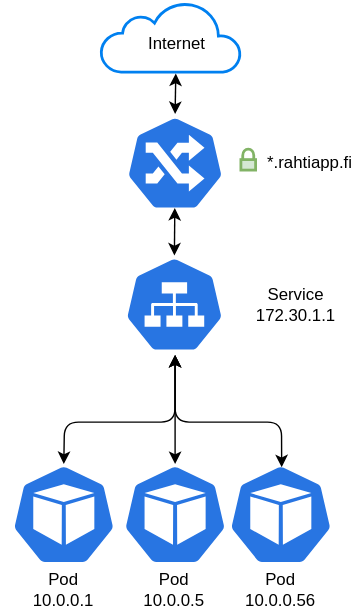
This is docs/cloud/rahti4/img/routeServicePod.drawio.svg from CSCfi/csc-user-guide, a draw.io export, as it was before one commit. Source tidied: cells renumbered, new cells last; positions are measured from the earlier drawing's top-left corner, leaving out a move shared by most shapes. Source of this version:
```xml
<mxGraphModel>
  <root>
    <mxCell id="0" />
    <mxCell id="1" parent="0" />
    <mxCell id="2" style="html=1;dashed=0;whitespace=wrap;fillColor=#2875E2;strokeColor=#ffffff;points=[[0.005,0.63,0],[0.1,0.2,0],[0.9,0.2,0],[0.5,0,0],[0.995,0.63,0],[0.72,0.99,0],[0.5,1,0],[0.28,0.99,0]];shape=mxgraph.kubernetes.icon;prIcon=pod;" parent="1" vertex="1">
      <mxGeometry x="155" y="330" width="90" height="72" as="geometry" />
    </mxCell>
    <mxCell id="3" style="html=1;dashed=0;whitespace=wrap;fillColor=#2875E2;strokeColor=#ffffff;points=[[0.005,0.63,0],[0.1,0.2,0],[0.9,0.2,0],[0.5,0,0],[0.995,0.63,0],[0.72,0.99,0],[0.5,1,0],[0.28,0.99,0]];shape=mxgraph.kubernetes.icon;prIcon=pod;" parent="1" vertex="1">
      <mxGeometry x="79.5" y="330" width="90" height="72" as="geometry" />
    </mxCell>
    <mxCell id="4" style="html=1;dashed=0;whitespace=wrap;fillColor=#2875E2;strokeColor=#ffffff;points=[[0.005,0.63,0],[0.1,0.2,0],[0.9,0.2,0],[0.5,0,0],[0.995,0.63,0],[0.72,0.99,0],[0.5,1,0],[0.28,0.99,0]];shape=mxgraph.kubernetes.icon;prIcon=pod;" parent="1" vertex="1">
      <mxGeometry y="330" width="90" height="72" as="geometry" />
    </mxCell>
    <mxCell id="5" style="endArrow=classic;startArrow=classic;html=1;entryX=0.5;entryY=0;entryDx=0;entryDy=0;entryPerimeter=0;exitX=0.5;exitY=1;exitDx=0;exitDy=0;exitPerimeter=0;" parent="1" edge="1" target="3">
      <mxGeometry relative="1" as="geometry">
        <mxPoint x="124.5" y="252" as="sourcePoint" />
      </mxGeometry>
    </mxCell>
    <mxCell id="6" style="endArrow=classic;startArrow=classic;html=1;exitX=0.5;exitY=0;exitDx=0;exitDy=0;exitPerimeter=0;entryX=0.5;entryY=1;entryDx=0;entryDy=0;entryPerimeter=0;" parent="1" edge="1" source="4">
      <mxGeometry relative="1" as="geometry">
        <mxPoint x="124.5" y="252" as="targetPoint" />
        <Array as="points">
          <mxPoint x="45.5" y="300" />
          <mxPoint x="124.5" y="300" />
        </Array>
      </mxGeometry>
    </mxCell>
    <mxCell id="7" style="endArrow=classic;startArrow=classic;html=1;exitX=0.507;exitY=0.032;exitDx=0;exitDy=0;exitPerimeter=0;entryX=0.5;entryY=1;entryDx=0;entryDy=0;entryPerimeter=0;" parent="1" edge="1" source="2">
      <mxGeometry relative="1" as="geometry">
        <mxPoint x="124.5" y="252" as="targetPoint" />
        <Array as="points">
          <mxPoint x="200.5" y="300" />
          <mxPoint x="124.5" y="300" />
        </Array>
      </mxGeometry>
    </mxCell>
    <mxCell id="8" value="Pod&lt;br&gt;10.0.0.5" style="text;html=1;strokeColor=none;fillColor=none;align=center;verticalAlign=middle;whiteSpace=wrap;rounded=0;" parent="1" vertex="1">
      <mxGeometry x="104" y="410" width="40" height="20" as="geometry" />
    </mxCell>
    <mxCell id="9" value="Pod&lt;br&gt;10.0.0.56" style="text;html=1;strokeColor=none;fillColor=none;align=center;verticalAlign=middle;whiteSpace=wrap;rounded=0;" parent="1" vertex="1">
      <mxGeometry x="180" y="410" width="40" height="20" as="geometry" />
    </mxCell>
    <mxCell id="10" value="Pod&lt;br&gt;10.0.0.1" style="text;html=1;strokeColor=none;fillColor=none;align=center;verticalAlign=middle;whiteSpace=wrap;rounded=0;" parent="1" vertex="1">
      <mxGeometry x="25" y="410" width="40" height="20" as="geometry" />
    </mxCell>
    <mxCell id="11" value="&lt;div&gt;&lt;span&gt;Service&lt;/span&gt;&lt;/div&gt;172.30.1.1" style="text;html=1;strokeColor=none;fillColor=none;align=center;verticalAlign=middle;whiteSpace=wrap;rounded=0;" parent="1" vertex="1">
      <mxGeometry x="190.5" y="201" width="40" height="30" as="geometry" />
    </mxCell>
    <mxCell id="12" style="html=1;dashed=0;whitespace=wrap;fillColor=#2875E2;strokeColor=#ffffff;points=[[0.005,0.63,0],[0.1,0.2,0],[0.9,0.2,0],[0.5,0,0],[0.995,0.63,0],[0.72,0.99,0],[0.5,1,0],[0.28,0.99,0]];shape=mxgraph.kubernetes.icon;prIcon=ing;" parent="1" vertex="1">
      <mxGeometry x="89.5" y="80" width="70" height="70" as="geometry" />
    </mxCell>
    <mxCell id="13" style="html=1;dashed=0;whitespace=wrap;fillColor=#2875E2;strokeColor=#ffffff;points=[[0.005,0.63,0],[0.1,0.2,0],[0.9,0.2,0],[0.5,0,0],[0.995,0.63,0],[0.72,0.99,0],[0.5,1,0],[0.28,0.99,0]];shape=mxgraph.kubernetes.icon;prIcon=svc;" parent="1" vertex="1">
      <mxGeometry x="88.5" y="181" width="71" height="70" as="geometry" />
    </mxCell>
    <mxCell id="14" style="endArrow=classic;startArrow=classic;html=1;exitX=0.5;exitY=0;exitDx=0;exitDy=0;exitPerimeter=0;entryX=0.497;entryY=0.957;entryDx=0;entryDy=0;entryPerimeter=0;" parent="1" edge="1" source="13" target="12">
      <mxGeometry relative="1" as="geometry" />
    </mxCell>
    <mxCell id="15" value="&lt;pre&gt;&lt;br&gt;&lt;/pre&gt;" style="text;html=1;strokeColor=none;fillColor=none;align=left;verticalAlign=middle;whiteSpace=wrap;rounded=0;" parent="1" vertex="1">
      <mxGeometry x="161" y="105" width="40" height="20" as="geometry" />
    </mxCell>
    <mxCell id="16" value="*.rahtiapp.fi" style="text;html=1;strokeColor=none;fillColor=none;align=center;verticalAlign=middle;whiteSpace=wrap;rounded=0;" parent="1" vertex="1">
      <mxGeometry x="201" y="105" width="40" height="20" as="geometry" />
    </mxCell>
    <mxCell id="17" style="html=1;verticalLabelPosition=bottom;align=center;labelBackgroundColor=#ffffff;verticalAlign=top;strokeWidth=2;strokeColor=#82b366;shadow=0;dashed=0;shape=mxgraph.ios7.icons.locked;fillColor=#d5e8d4;" parent="1" vertex="1">
      <mxGeometry x="171.5" y="105" width="10.5" height="15" as="geometry" />
    </mxCell>
    <mxCell id="18" style="html=1;verticalLabelPosition=bottom;align=center;labelBackgroundColor=#ffffff;verticalAlign=top;strokeWidth=2;strokeColor=#0080F0;shadow=0;dashed=0;shape=mxgraph.ios7.icons.cloud;" parent="1" vertex="1">
      <mxGeometry x="71.5" width="100" height="50" as="geometry" />
    </mxCell>
    <mxCell id="19" value="Internet" style="text;html=1;strokeColor=none;fillColor=none;align=center;verticalAlign=middle;whiteSpace=wrap;rounded=0;" parent="1" vertex="1">
      <mxGeometry x="106" y="20" width="40" height="20" as="geometry" />
    </mxCell>
    <mxCell id="20" style="endArrow=classic;startArrow=classic;html=1;exitX=0.5;exitY=0;exitDx=0;exitDy=0;exitPerimeter=0;" parent="1" edge="1" source="12">
      <mxGeometry relative="1" as="geometry">
        <mxPoint x="125" y="51" as="targetPoint" />
      </mxGeometry>
    </mxCell>
  </root>
</mxGraphModel>
```
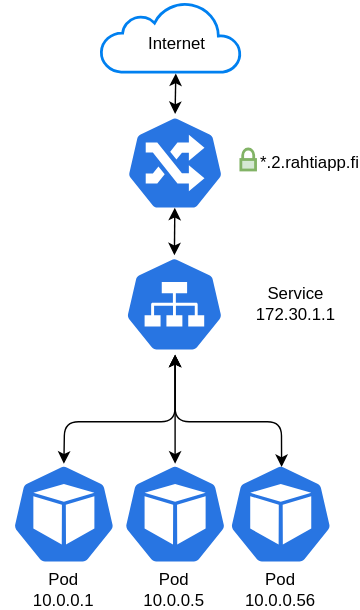
The same file after the commit.

Commit message:
Update default URL pattern

Change to the diagram source:
```diff
@@ -58,7 +58,7 @@
     <mxCell id="15" value="&lt;pre&gt;&lt;br&gt;&lt;/pre&gt;" style="text;html=1;strokeColor=none;fillColor=none;align=left;verticalAlign=middle;whiteSpace=wrap;rounded=0;" parent="1" vertex="1">
       <mxGeometry x="161" y="105" width="40" height="20" as="geometry" />
     </mxCell>
-    <mxCell id="16" value="*.rahtiapp.fi" style="text;html=1;strokeColor=none;fillColor=none;align=center;verticalAlign=middle;whiteSpace=wrap;rounded=0;" parent="1" vertex="1">
+    <mxCell id="16" value="*.2.rahtiapp.fi" style="text;html=1;strokeColor=none;fillColor=none;align=center;verticalAlign=middle;whiteSpace=wrap;rounded=0;" parent="1" vertex="1">
       <mxGeometry x="201" y="105" width="40" height="20" as="geometry" />
     </mxCell>
     <mxCell id="17" style="html=1;verticalLabelPosition=bottom;align=center;labelBackgroundColor=#ffffff;verticalAlign=top;strokeWidth=2;strokeColor=#82b366;shadow=0;dashed=0;shape=mxgraph.ios7.icons.locked;fillColor=#d5e8d4;" parent="1" vertex="1">
```
